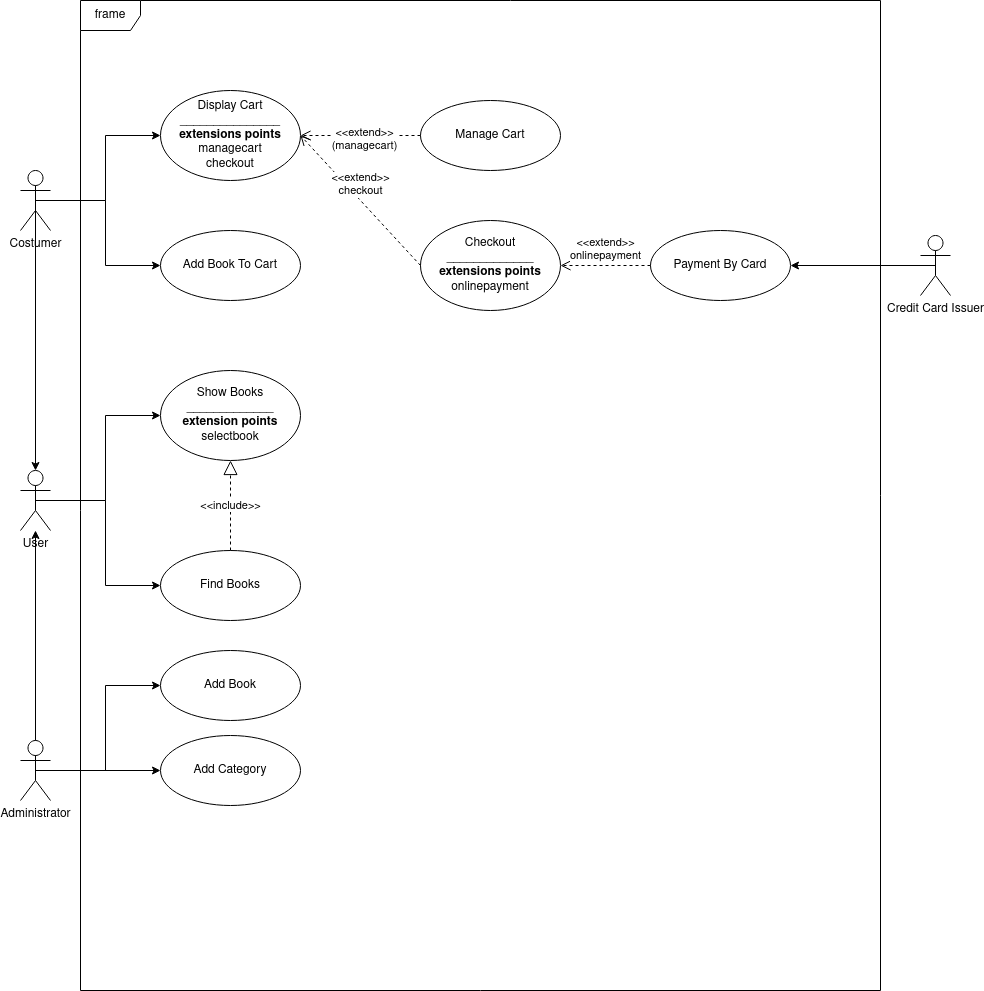
Earlier version of the draw.io export models/usecase_book.png (umb-hub/BookStore). Source tidied: cells renumbered, new cells last; positions are measured from the earlier drawing's top-left corner, leaving out a move shared by most shapes.
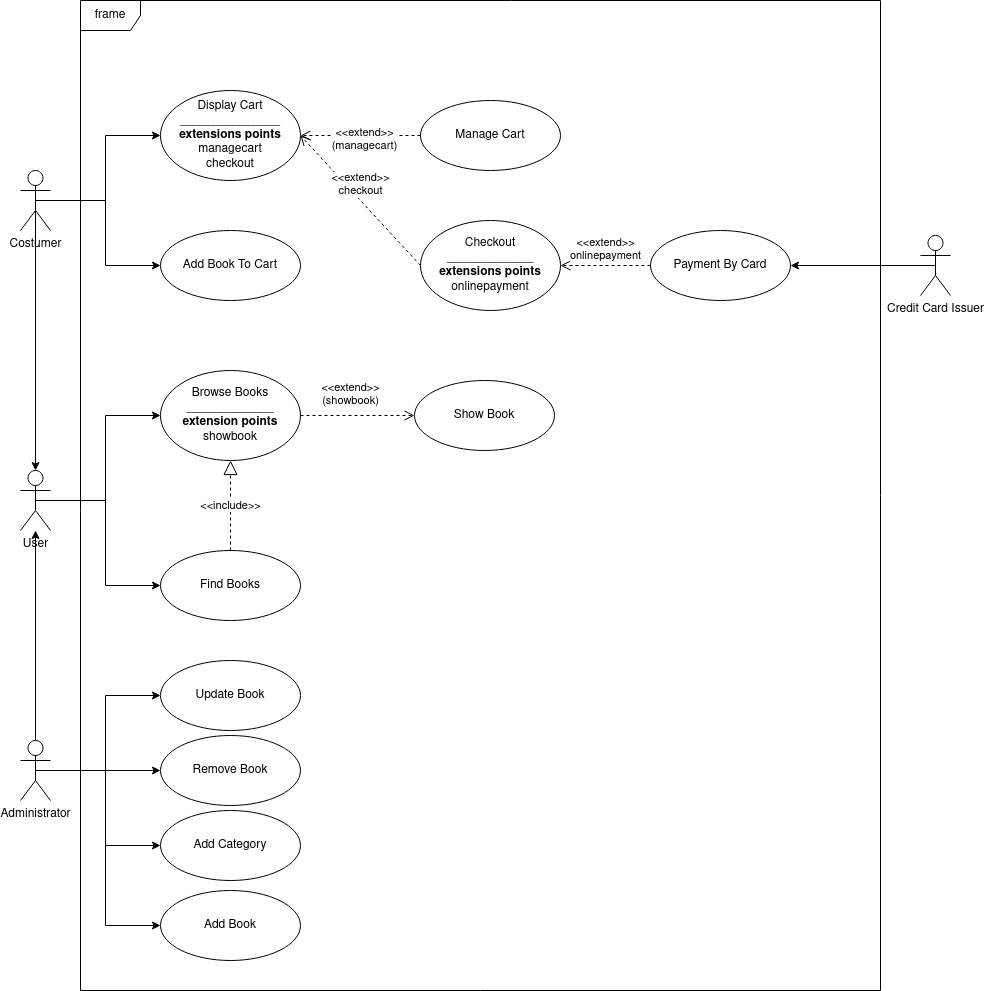
After the change.

What changed in the source:
```diff
@@ -14,7 +14,7 @@
     <mxCell id="5" value="User" style="shape=umlActor;verticalLabelPosition=bottom;verticalAlign=top;html=1;" parent="1" vertex="1">
       <mxGeometry y="470" width="30" height="60" as="geometry" />
     </mxCell>
-    <mxCell id="6" value="&lt;div&gt;Show Books&lt;/div&gt;&lt;div&gt;_____________&lt;/div&gt;&lt;div&gt;&lt;b&gt;extension points&lt;/b&gt;&lt;/div&gt;&lt;div&gt;selectbook&lt;br&gt;&lt;/div&gt;" style="ellipse;whiteSpace=wrap;html=1;" parent="1" vertex="1">
+    <mxCell id="6" value="&lt;div&gt;Browse Books&lt;/div&gt;&lt;div&gt;_____________&lt;/div&gt;&lt;div&gt;&lt;b&gt;extension points&lt;/b&gt;&lt;/div&gt;&lt;div&gt;showbook&lt;br&gt;&lt;/div&gt;" style="ellipse;whiteSpace=wrap;html=1;" parent="1" vertex="1">
       <mxGeometry x="140" y="370" width="140" height="90" as="geometry" />
     </mxCell>
     <mxCell id="7" value="Find Books" style="ellipse;whiteSpace=wrap;html=1;" parent="1" vertex="1">
@@ -32,14 +32,20 @@
     <mxCell id="11" style="edgeStyle=orthogonalEdgeStyle;rounded=0;jettySize=auto;html=1;exitX=0.5;exitY=0.5;exitDx=0;exitDy=0;exitPerimeter=0;" parent="1" edge="1" source="12" target="5">
       <mxGeometry relative="1" as="geometry" />
     </mxCell>
+    <mxCell id="29" style="edgeStyle=orthogonalEdgeStyle;rounded=0;jettySize=auto;html=1;exitX=0.5;exitY=0.5;exitDx=0;exitDy=0;exitPerimeter=0;entryX=0;entryY=0.5;entryDx=0;entryDy=0;" parent="1" edge="1" source="12" target="33">
+      <mxGeometry relative="1" as="geometry" />
+    </mxCell>
+    <mxCell id="30" style="edgeStyle=orthogonalEdgeStyle;rounded=0;jettySize=auto;html=1;exitX=0.5;exitY=0.5;exitDx=0;exitDy=0;exitPerimeter=0;entryX=0;entryY=0.5;entryDx=0;entryDy=0;" parent="1" edge="1" source="12" target="34">
+      <mxGeometry relative="1" as="geometry" />
+    </mxCell>
     <mxCell id="12" value="Administrator" style="shape=umlActor;verticalLabelPosition=bottom;verticalAlign=top;html=1;" parent="1" vertex="1">
       <mxGeometry y="740" width="30" height="60" as="geometry" />
     </mxCell>
     <mxCell id="13" value="Add Book" style="ellipse;whiteSpace=wrap;html=1;" parent="1" vertex="1">
-      <mxGeometry x="140" y="650" width="140" height="70" as="geometry" />
+      <mxGeometry x="140" y="890" width="140" height="70" as="geometry" />
     </mxCell>
     <mxCell id="14" value="Add Category" style="ellipse;whiteSpace=wrap;html=1;" parent="1" vertex="1">
-      <mxGeometry x="140" y="735" width="140" height="70" as="geometry" />
+      <mxGeometry x="140" y="810" width="140" height="70" as="geometry" />
     </mxCell>
     <mxCell id="15" style="edgeStyle=orthogonalEdgeStyle;rounded=0;jettySize=auto;html=1;exitX=0.5;exitY=0.5;exitDx=0;exitDy=0;exitPerimeter=0;entryX=0;entryY=0.5;entryDx=0;entryDy=0;" parent="1" edge="1" source="18" target="19">
       <mxGeometry relative="1" as="geometry" />
@@ -85,5 +91,17 @@
     <mxCell id="28" value="Credit Card Issuer" style="shape=umlActor;verticalLabelPosition=bottom;verticalAlign=top;html=1;" parent="1" vertex="1">
       <mxGeometry x="900" y="235" width="30" height="60" as="geometry" />
     </mxCell>
+    <mxCell id="31" value="&lt;div&gt;Show Book&lt;/div&gt;" style="ellipse;whiteSpace=wrap;html=1;" parent="1" vertex="1">
+      <mxGeometry x="394" y="380" width="140" height="70" as="geometry" />
+    </mxCell>
+    <mxCell id="32" value="&lt;div&gt;&amp;lt;&amp;lt;extend&amp;gt;&amp;gt;&lt;/div&gt;&lt;div&gt;(showbook)&lt;br&gt;&lt;/div&gt;" style="html=1;verticalAlign=bottom;endArrow=open;dashed=1;endSize=8;entryX=0;entryY=0.5;entryDx=0;entryDy=0;exitX=1;exitY=0.5;exitDx=0;exitDy=0;" parent="1" edge="1" source="6" target="31">
+      <mxGeometry x="-0.12" y="5" relative="1" as="geometry" />
+    </mxCell>
+    <mxCell id="33" value="Remove Book" style="ellipse;whiteSpace=wrap;html=1;" parent="1" vertex="1">
+      <mxGeometry x="140" y="735" width="140" height="70" as="geometry" />
+    </mxCell>
+    <mxCell id="34" value="Update Book" style="ellipse;whiteSpace=wrap;html=1;" parent="1" vertex="1">
+      <mxGeometry x="140" y="660" width="140" height="70" as="geometry" />
+    </mxCell>
   </root>
 </mxGraphModel>
```
